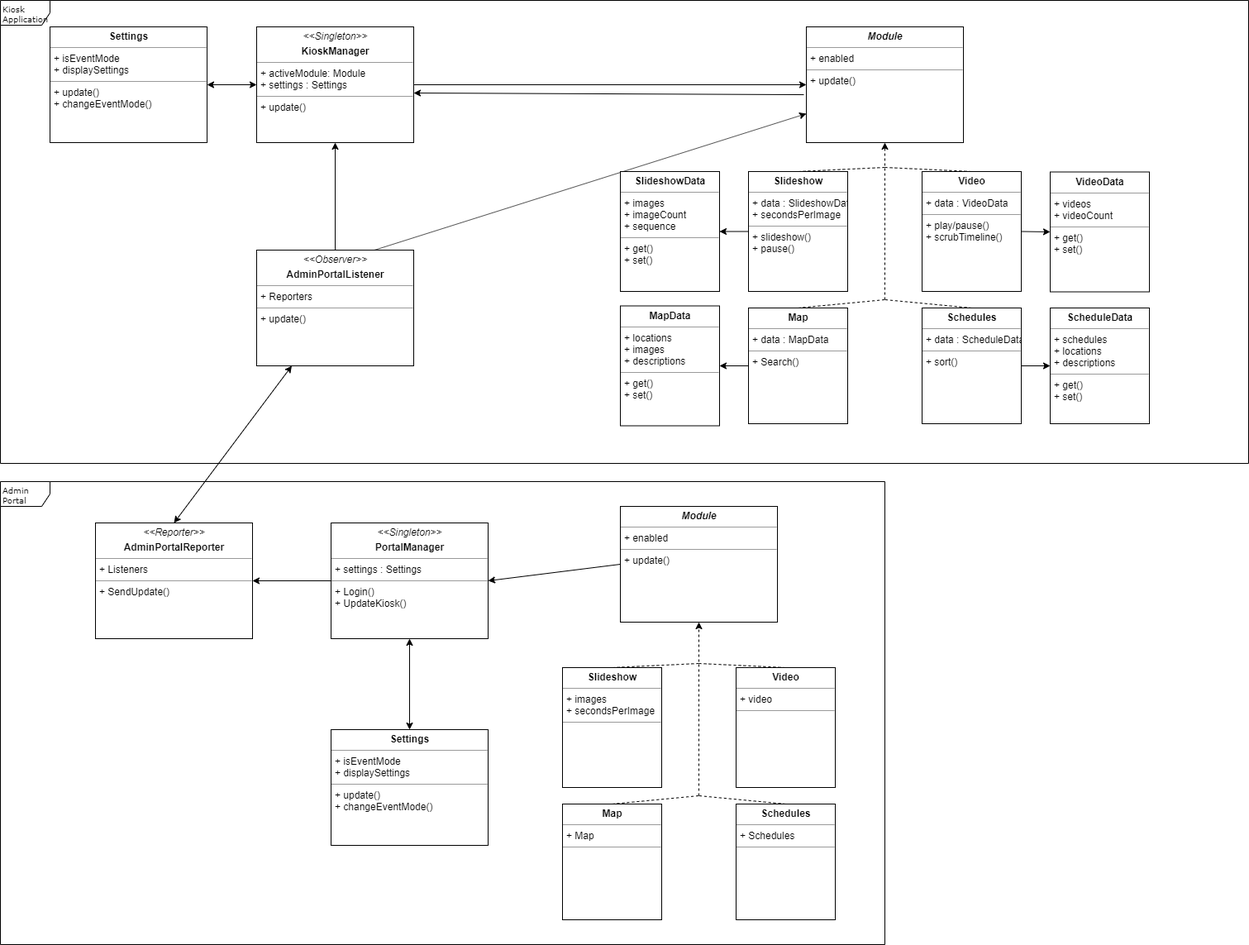
Above: docs/project_report/UMLDiagram.png in Deviant-Code/Kiosk (draw.io), before the change. Source tidied: cells renumbered, new cells last; positions are measured from the earlier drawing's top-left corner, leaving out a move shared by most shapes.
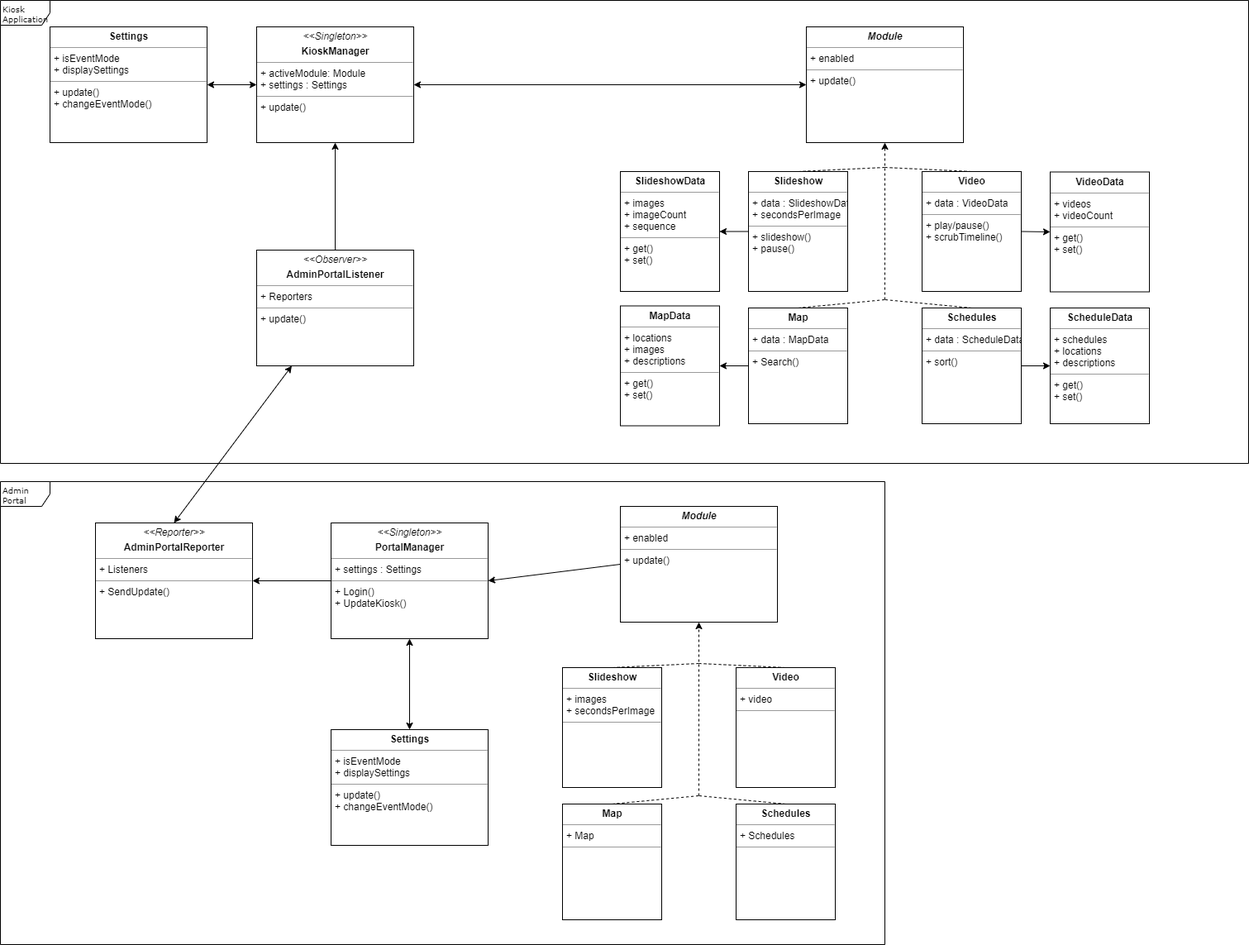
After the commit.

The edit, as a diff of the source:
```diff
@@ -51,15 +51,12 @@
     <mxCell id="14" value="&lt;p style=&quot;margin: 0px ; margin-top: 4px ; text-align: center&quot;&gt;&lt;i&gt;&amp;lt;&amp;lt;Singleton&amp;gt;&amp;gt;&lt;/i&gt;&lt;br&gt;&lt;/p&gt;&lt;p style=&quot;margin: 0px ; margin-top: 4px ; text-align: center&quot;&gt;&lt;b&gt;KioskManager&lt;/b&gt;&lt;/p&gt;&lt;hr size=&quot;1&quot;&gt;&lt;p style=&quot;margin: 0px ; margin-left: 4px&quot;&gt;+ activeModule: Module&lt;/p&gt;&lt;p style=&quot;margin: 0px ; margin-left: 4px&quot;&gt;+ settings : Settings&lt;br&gt;&lt;/p&gt;&lt;hr size=&quot;1&quot;&gt;&lt;p style=&quot;margin: 0px ; margin-left: 4px&quot;&gt;+ update()&lt;br&gt;&lt;br&gt;&lt;/p&gt;" style="verticalAlign=top;align=left;overflow=fill;fontSize=12;fontFamily=Helvetica;html=1;rounded=0;shadow=0;comic=0;labelBackgroundColor=none;strokeColor=#000000;strokeWidth=1;fillColor=#ffffff;" parent="1" vertex="1">
       <mxGeometry x="310" y="32" width="190" height="140" as="geometry" />
     </mxCell>
-    <mxCell id="15" style="endArrow=classic;html=1;exitX=1;exitY=0.5;exitDx=0;exitDy=0;entryX=0;entryY=0.5;entryDx=0;entryDy=0;" parent="1" edge="1" source="14" target="3">
+    <mxCell id="15" style="endArrow=classic;html=1;exitX=1;exitY=0.5;exitDx=0;exitDy=0;entryX=0;entryY=0.5;entryDx=0;entryDy=0;startArrow=classic;startFill=1;" parent="1" edge="1" source="14" target="3">
       <mxGeometry relative="1" as="geometry" />
     </mxCell>
     <mxCell id="16" value="&lt;p style=&quot;margin: 0px ; margin-top: 4px ; text-align: center&quot;&gt;&lt;i&gt;&amp;lt;&amp;lt;Observer&amp;gt;&amp;gt;&lt;/i&gt;&lt;br&gt;&lt;/p&gt;&lt;p style=&quot;margin: 0px ; margin-top: 4px ; text-align: center&quot;&gt;&lt;b&gt;AdminPortalListener&lt;/b&gt;&lt;/p&gt;&lt;hr size=&quot;1&quot;&gt;&lt;p style=&quot;margin: 0px ; margin-left: 4px&quot;&gt;+ Reporters&lt;/p&gt;&lt;hr size=&quot;1&quot;&gt;&lt;p style=&quot;margin: 0px ; margin-left: 4px&quot;&gt;+ update()&lt;br&gt;&lt;br&gt;&lt;/p&gt;" style="verticalAlign=top;align=left;overflow=fill;fontSize=12;fontFamily=Helvetica;html=1;rounded=0;shadow=0;comic=0;labelBackgroundColor=none;strokeColor=#000000;strokeWidth=1;fillColor=#ffffff;" parent="1" vertex="1">
       <mxGeometry x="310" y="302" width="190" height="140" as="geometry" />
     </mxCell>
-    <mxCell id="17" style="endArrow=classic;html=1;exitX=0.75;exitY=0;exitDx=0;exitDy=0;entryX=0;entryY=0.75;entryDx=0;entryDy=0;" parent="1" edge="1" source="16" target="3">
-      <mxGeometry relative="1" as="geometry" />
-    </mxCell>
     <mxCell id="18" style="endArrow=classic;html=1;exitX=0.5;exitY=0;exitDx=0;exitDy=0;entryX=0.5;entryY=1;entryDx=0;entryDy=0;" parent="1" edge="1" source="16" target="14">
       <mxGeometry relative="1" as="geometry" />
     </mxCell>
@@ -126,11 +123,6 @@
         <mxPoint x="310" y="102" as="targetPoint" />
       </mxGeometry>
     </mxCell>
-    <mxCell id="36" style="endArrow=classic;html=1;exitX=-0.016;exitY=0.586;exitDx=0;exitDy=0;entryX=0;entryY=0.5;entryDx=0;entryDy=0;exitPerimeter=0;" parent="1" edge="1" source="3">
-      <mxGeometry relative="1" as="geometry">
-        <mxPoint x="500" y="112" as="targetPoint" />
-      </mxGeometry>
-    </mxCell>
     <mxCell id="37" value="&lt;p style=&quot;margin: 0px ; margin-top: 4px ; text-align: center&quot;&gt;&lt;b&gt;MapData&lt;/b&gt;&lt;/p&gt;&lt;hr size=&quot;1&quot;&gt;&lt;p style=&quot;margin: 0px ; margin-left: 4px&quot;&gt;+ locations&lt;/p&gt;&lt;p style=&quot;margin: 0px ; margin-left: 4px&quot;&gt;+ images&lt;/p&gt;&lt;p style=&quot;margin: 0px ; margin-left: 4px&quot;&gt;+ descriptions&lt;/p&gt;&lt;hr size=&quot;1&quot;&gt;&lt;p style=&quot;margin: 0px ; margin-left: 4px&quot;&gt;+ get()&lt;br&gt;&lt;/p&gt;&lt;p style=&quot;margin: 0px ; margin-left: 4px&quot;&gt;+ set()&lt;/p&gt;" style="verticalAlign=top;align=left;overflow=fill;fontSize=12;fontFamily=Helvetica;html=1;rounded=0;shadow=0;comic=0;labelBackgroundColor=none;strokeColor=#000000;strokeWidth=1;fillColor=#ffffff;" parent="1" vertex="1">
       <mxGeometry x="750" y="369.5" width="120" height="145" as="geometry" />
     </mxCell>
```
